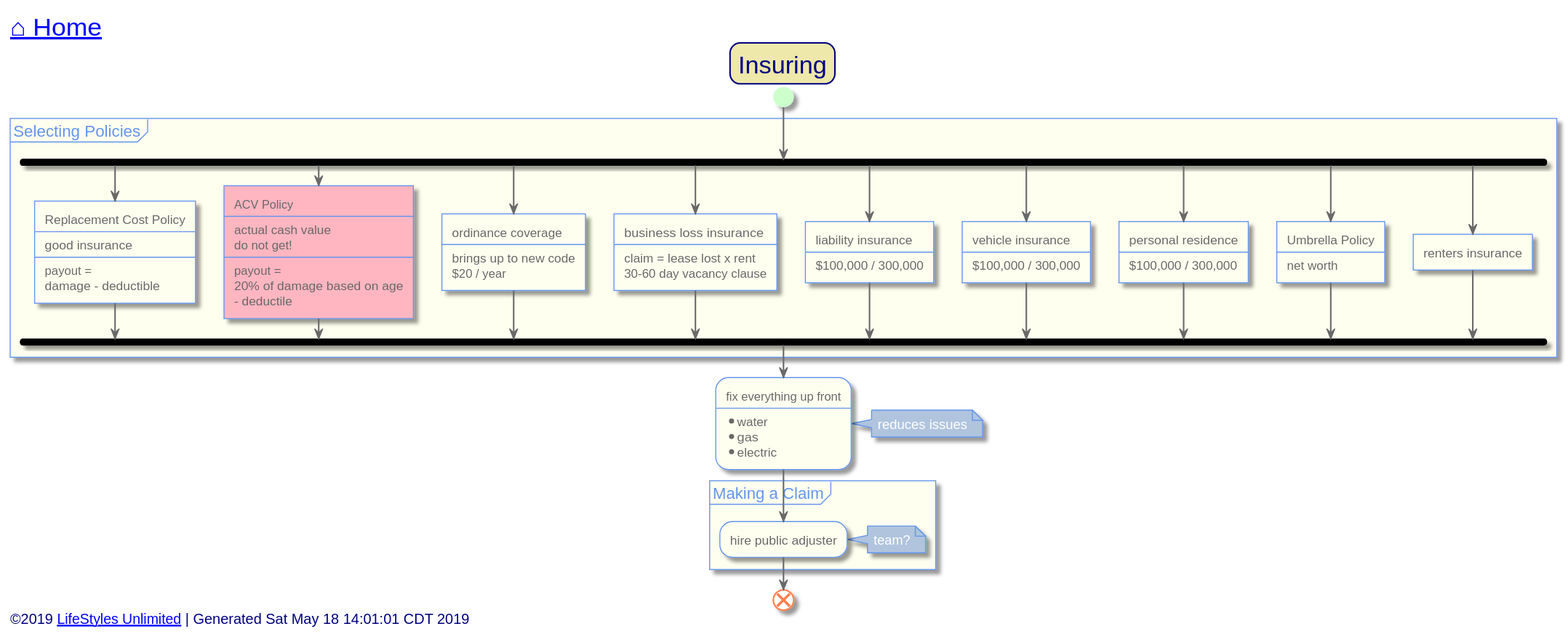
Earlier version of the PlantUML export out/src/unlimited-lifestyle/insuring.svg (toddmo/lifestylesunlimited).
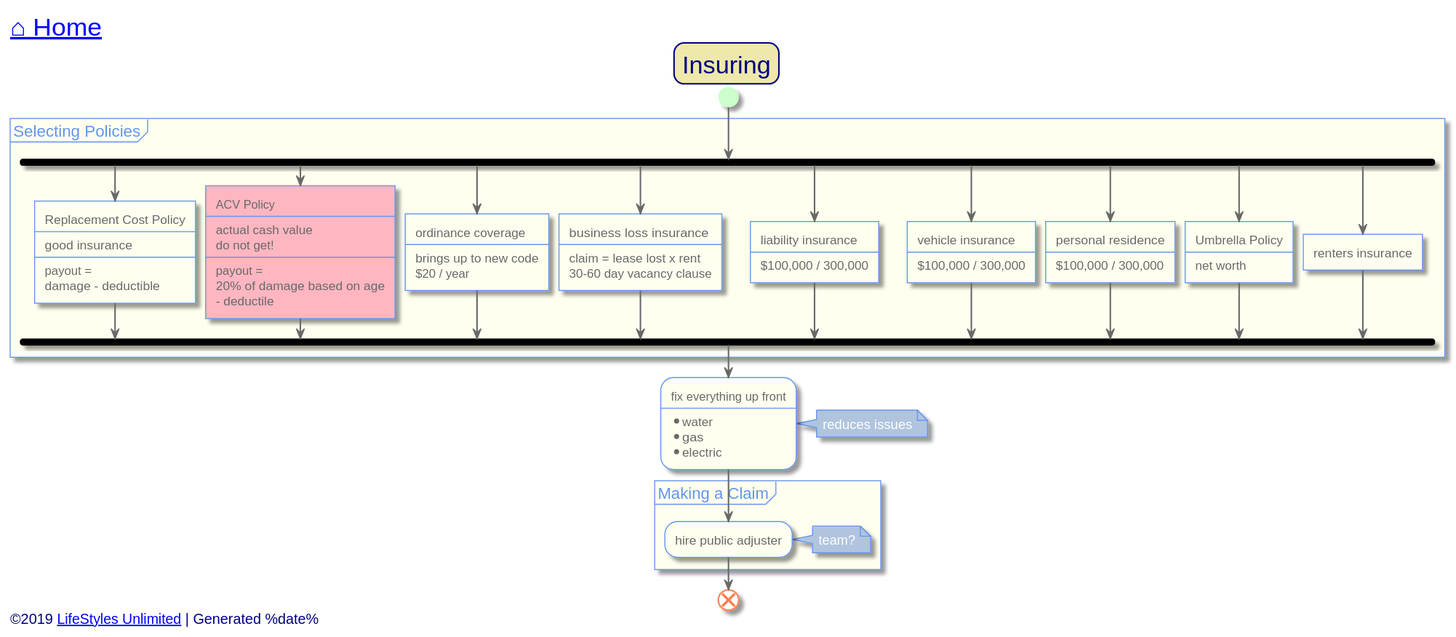
The same file after the commit.

Change to the diagram source:
```diff
@@ -151,7 +151,7 @@
 
 
 left footer
-	<font size=14>©2019 [[http://www.lifestylesunlimited.com LifeStyles Unlimited]] | Generated Sat May 18 14:01:01 CDT 2019</font>
+	<font size=14>©2019 [[http://www.lifestylesunlimited.com LifeStyles Unlimited]] | Generated %date%</font>
 endfooter
 
 
```
